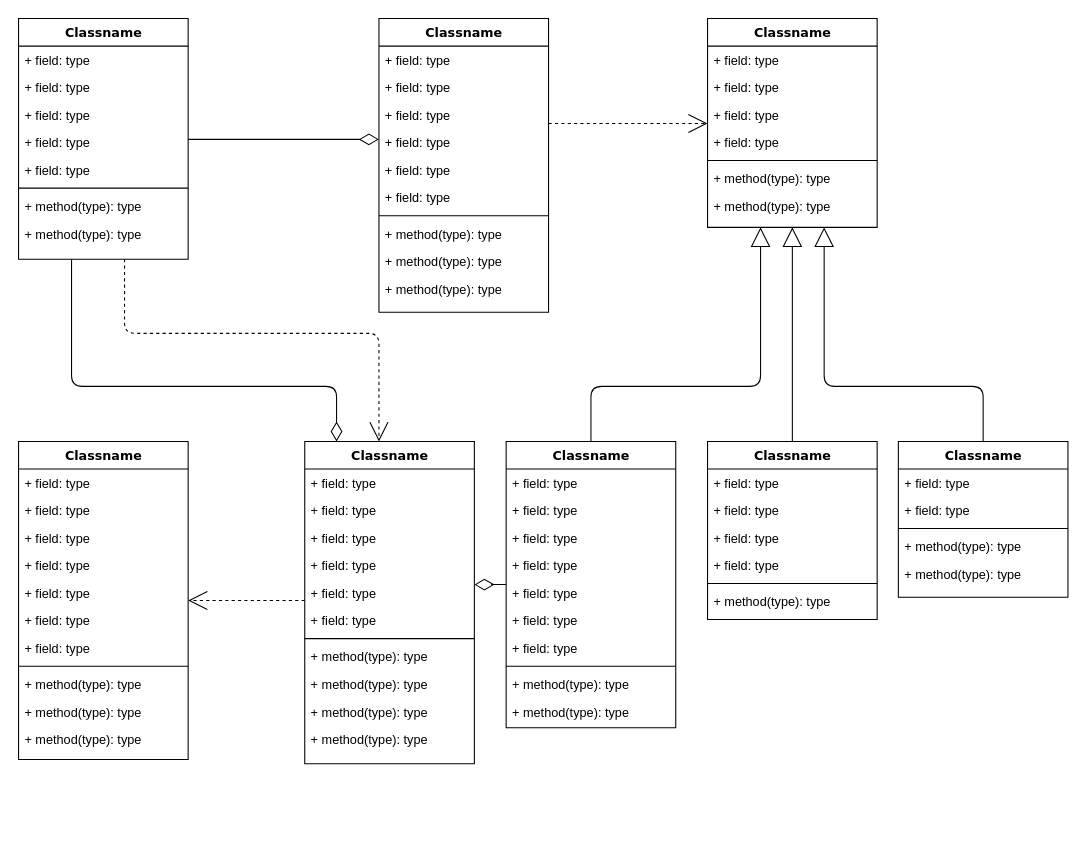
GGbu/cxema keeps this draw.io diagram as Диаграмма без названия.drawio. Above is the earlier version. Source tidied: cells renumbered, new cells numbered last; positions are measured from the earlier drawing's top-left corner, leaving out a move shared by most shapes. Both pictures are drawn from the tidied source at 106%, with x=0, y=0 at pixel (18, 18).
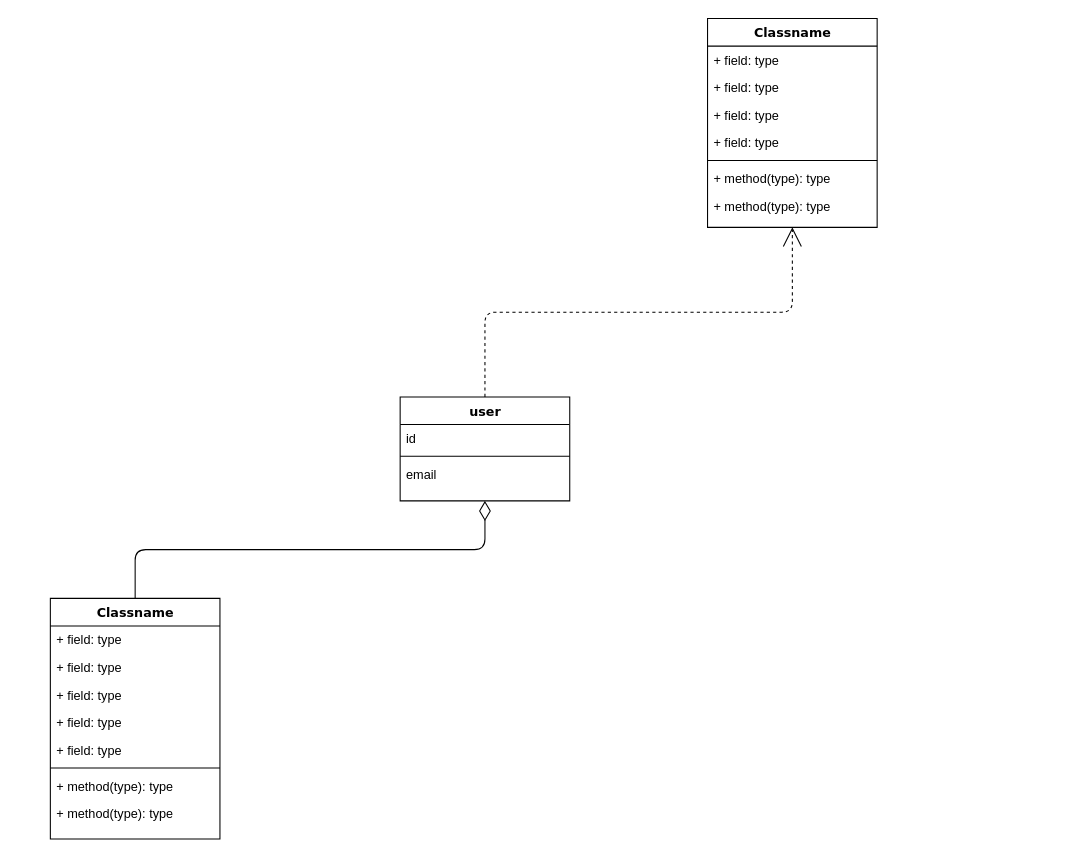
The same diagram, later.

Unchanged cells that the change refers to:
```xml
<mxCell id="25" value="Classname" style="swimlane;html=1;fontStyle=1;align=center;verticalAlign=top;horizontal=1;startSize=26;swimlaneFillColor=#ffffff;rounded=0;shadow=0;comic=0;labelBackgroundColor=none;strokeWidth=1;fillColor=none;fontFamily=Verdana;fontSize=12;" parent="1" vertex="1">
  <mxGeometry x="650" width="160" height="197" as="geometry" />
</mxCell>
```

Diff of the diagram source:
```diff
@@
-    <mxCell id="2" style="edgeStyle=orthogonalEdgeStyle;html=1;labelBackgroundColor=none;startFill=0;startSize=8;endArrow=open;endFill=0;endSize=16;fontFamily=Verdana;fontSize=12;dashed=1;" parent="1" edge="1" source="4" target="47">
-      <mxGeometry relative="1" as="geometry">
-        <Array as="points">
-          <mxPoint x="100" y="297" />
-          <mxPoint x="340" y="297" />
-        </Array>
-      </mxGeometry>
-    </mxCell>
-    <mxCell id="3" style="edgeStyle=orthogonalEdgeStyle;html=1;labelBackgroundColor=none;startFill=0;startSize=8;endArrow=diamondThin;endFill=0;endSize=16;fontFamily=Verdana;fontSize=12;" parent="1" edge="1" source="4" target="47">
-      <mxGeometry relative="1" as="geometry">
-        <Array as="points">
-          <mxPoint x="50" y="347" />
-          <mxPoint x="300" y="347" />
-        </Array>
-      </mxGeometry>
-    </mxCell>
     <mxCell id="4" value="Classname" style="swimlane;html=1;fontStyle=1;align=center;verticalAlign=top;horizontal=1;startSize=26;swimlaneFillColor=#ffffff;rounded=0;shadow=0;comic=0;labelBackgroundColor=none;strokeWidth=1;fillColor=none;fontFamily=Verdana;fontSize=12;" parent="1" vertex="1">
-      <mxGeometry width="160" height="227" as="geometry" />
+      <mxGeometry x="30" y="547" width="160" height="227" as="geometry" />
     </mxCell>
@@
-    <mxCell id="14" value="Classname" style="swimlane;html=1;fontStyle=1;align=center;verticalAlign=top;horizontal=1;startSize=26;swimlaneFillColor=#ffffff;rounded=0;shadow=0;comic=0;labelBackgroundColor=none;strokeWidth=1;fillColor=none;fontFamily=Verdana;fontSize=12;" parent="1" vertex="1">
-      <mxGeometry x="340" width="160" height="277" as="geometry" />
+    <mxCell id="14" value="user" style="swimlane;html=1;fontStyle=1;align=center;verticalAlign=top;horizontal=1;startSize=26;swimlaneFillColor=#ffffff;rounded=0;shadow=0;comic=0;labelBackgroundColor=none;strokeWidth=1;fillColor=none;fontFamily=Verdana;fontSize=12;" parent="1" vertex="1">
+      <mxGeometry x="360" y="357" width="160" height="98" as="geometry" />
     </mxCell>
-    <mxCell id="15" value="+ field: type" style="text;html=1;strokeColor=none;fillColor=none;align=left;verticalAlign=top;spacingLeft=4;spacingRight=4;whiteSpace=wrap;overflow=hidden;" parent="14" vertex="1">
+    <mxCell id="15" value="id" style="text;html=1;strokeColor=none;fillColor=none;align=left;verticalAlign=top;spacingLeft=4;spacingRight=4;whiteSpace=wrap;overflow=hidden;" parent="14" vertex="1">
       <mxGeometry y="26" width="160" height="26" as="geometry" />
     </mxCell>
+    <mxCell id="21" style="line;html=1;strokeWidth=1;fillColor=none;align=left;verticalAlign=middle;spacingTop=-1;spacingLeft=3;spacingRight=3;labelPosition=right;" parent="14" vertex="1">
+      <mxGeometry y="52" width="160" height="8" as="geometry" />
+    </mxCell>
-    <mxCell id="16" value="+ field: type" style="text;html=1;strokeColor=none;fillColor=none;align=left;verticalAlign=top;spacingLeft=4;spacingRight=4;whiteSpace=wrap;overflow=hidden;" parent="14" vertex="1">
-      <mxGeometry y="52" width="160" height="26" as="geometry" />
+    <mxCell id="16" value="email" style="text;html=1;strokeColor=none;fillColor=none;align=left;verticalAlign=top;spacingLeft=4;spacingRight=4;whiteSpace=wrap;overflow=hidden;" parent="14" vertex="1">
+      <mxGeometry y="60" width="160" height="38" as="geometry" />
     </mxCell>
-    <mxCell id="17" value="+ field: type" style="text;html=1;strokeColor=none;fillColor=none;align=left;verticalAlign=top;spacingLeft=4;spacingRight=4;whiteSpace=wrap;overflow=hidden;" parent="14" vertex="1">
-      <mxGeometry y="78" width="160" height="26" as="geometry" />
-    </mxCell>
-    <mxCell id="18" value="+ field: type" style="text;html=1;strokeColor=none;fillColor=none;align=left;verticalAlign=top;spacingLeft=4;spacingRight=4;whiteSpace=wrap;overflow=hidden;" parent="14" vertex="1">
-      <mxGeometry y="104" width="160" height="26" as="geometry" />
-    </mxCell>
-    <mxCell id="19" value="+ field: type" style="text;html=1;strokeColor=none;fillColor=none;align=left;verticalAlign=top;spacingLeft=4;spacingRight=4;whiteSpace=wrap;overflow=hidden;" parent="14" vertex="1">
-      <mxGeometry y="130" width="160" height="26" as="geometry" />
-    </mxCell>
-    <mxCell id="20" value="+ field: type" style="text;html=1;strokeColor=none;fillColor=none;align=left;verticalAlign=top;spacingLeft=4;spacingRight=4;whiteSpace=wrap;overflow=hidden;" parent="14" vertex="1">
-      <mxGeometry y="156" width="160" height="26" as="geometry" />
-    </mxCell>
-    <mxCell id="21" style="line;html=1;strokeWidth=1;fillColor=none;align=left;verticalAlign=middle;spacingTop=-1;spacingLeft=3;spacingRight=3;labelPosition=right;" parent="14" vertex="1">
-      <mxGeometry y="182" width="160" height="8" as="geometry" />
-    </mxCell>
-    <mxCell id="22" value="+ method(type): type" style="text;html=1;strokeColor=none;fillColor=none;align=left;verticalAlign=top;spacingLeft=4;spacingRight=4;whiteSpace=wrap;overflow=hidden;" parent="14" vertex="1">
-      <mxGeometry y="190" width="160" height="26" as="geometry" />
-    </mxCell>
-    <mxCell id="23" value="+ method(type): type" style="text;html=1;strokeColor=none;fillColor=none;align=left;verticalAlign=top;spacingLeft=4;spacingRight=4;whiteSpace=wrap;overflow=hidden;" parent="14" vertex="1">
-      <mxGeometry y="216" width="160" height="26" as="geometry" />
-    </mxCell>
-    <mxCell id="24" value="+ method(type): type" style="text;html=1;strokeColor=none;fillColor=none;align=left;verticalAlign=top;spacingLeft=4;spacingRight=4;whiteSpace=wrap;overflow=hidden;" parent="14" vertex="1">
-      <mxGeometry y="242" width="160" height="26" as="geometry" />
-    </mxCell>
@@
-    <mxCell id="33" style="edgeStyle=elbowEdgeStyle;html=1;labelBackgroundColor=none;startFill=0;startSize=8;endArrow=open;endFill=0;endSize=16;fontFamily=Verdana;fontSize=12;elbow=vertical;dashed=1;" parent="1" edge="1" source="47" target="34">
-      <mxGeometry relative="1" as="geometry" />
-    </mxCell>
-    <mxCell id="34" value="Classname" style="swimlane;html=1;fontStyle=1;align=center;verticalAlign=top;horizontal=1;startSize=26;swimlaneFillColor=#ffffff;rounded=0;shadow=0;comic=0;labelBackgroundColor=none;strokeWidth=1;fillColor=none;fontFamily=Verdana;fontSize=12;" parent="1" vertex="1">
-      <mxGeometry y="399" width="160" height="300" as="geometry" />
-    </mxCell>
-    <mxCell id="35" value="+ field: type" style="text;html=1;strokeColor=none;fillColor=none;align=left;verticalAlign=top;spacingLeft=4;spacingRight=4;whiteSpace=wrap;overflow=hidden;" parent="34" vertex="1">
-      <mxGeometry y="26" width="160" height="26" as="geometry" />
-    </mxCell>
-    <mxCell id="36" value="+ field: type" style="text;html=1;strokeColor=none;fillColor=none;align=left;verticalAlign=top;spacingLeft=4;spacingRight=4;whiteSpace=wrap;overflow=hidden;" parent="34" vertex="1">
-      <mxGeometry y="52" width="160" height="26" as="geometry" />
-    </mxCell>
-    <mxCell id="37" value="+ field: type" style="text;html=1;strokeColor=none;fillColor=none;align=left;verticalAlign=top;spacingLeft=4;spacingRight=4;whiteSpace=wrap;overflow=hidden;" parent="34" vertex="1">
-      <mxGeometry y="78" width="160" height="26" as="geometry" />
-    </mxCell>
-    <mxCell id="38" value="+ field: type" style="text;html=1;strokeColor=none;fillColor=none;align=left;verticalAlign=top;spacingLeft=4;spacingRight=4;whiteSpace=wrap;overflow=hidden;" parent="34" vertex="1">
-      <mxGeometry y="104" width="160" height="26" as="geometry" />
-    </mxCell>
-    <mxCell id="39" value="+ field: type" style="text;html=1;strokeColor=none;fillColor=none;align=left;verticalAlign=top;spacingLeft=4;spacingRight=4;whiteSpace=wrap;overflow=hidden;" parent="34" vertex="1">
-      <mxGeometry y="130" width="160" height="26" as="geometry" />
-    </mxCell>
-    <mxCell id="40" value="+ field: type" style="text;html=1;strokeColor=none;fillColor=none;align=left;verticalAlign=top;spacingLeft=4;spacingRight=4;whiteSpace=wrap;overflow=hidden;" parent="34" vertex="1">
-      <mxGeometry y="156" width="160" height="26" as="geometry" />
-    </mxCell>
-    <mxCell id="41" value="+ field: type" style="text;html=1;strokeColor=none;fillColor=none;align=left;verticalAlign=top;spacingLeft=4;spacingRight=4;whiteSpace=wrap;overflow=hidden;" parent="34" vertex="1">
-      <mxGeometry y="182" width="160" height="26" as="geometry" />
-    </mxCell>
-    <mxCell id="42" style="line;html=1;strokeWidth=1;fillColor=none;align=left;verticalAlign=middle;spacingTop=-1;spacingLeft=3;spacingRight=3;labelPosition=right;" parent="34" vertex="1">
-      <mxGeometry y="208" width="160" height="8" as="geometry" />
-    </mxCell>
-    <mxCell id="43" value="+ method(type): type" style="text;html=1;strokeColor=none;fillColor=none;align=left;verticalAlign=top;spacingLeft=4;spacingRight=4;whiteSpace=wrap;overflow=hidden;" parent="34" vertex="1">
-      <mxGeometry y="216" width="160" height="26" as="geometry" />
-    </mxCell>
-    <mxCell id="44" value="+ method(type): type" style="text;html=1;strokeColor=none;fillColor=none;align=left;verticalAlign=top;spacingLeft=4;spacingRight=4;whiteSpace=wrap;overflow=hidden;" parent="34" vertex="1">
-      <mxGeometry y="242" width="160" height="26" as="geometry" />
-    </mxCell>
-    <mxCell id="45" value="+ method(type): type" style="text;html=1;strokeColor=none;fillColor=none;align=left;verticalAlign=top;spacingLeft=4;spacingRight=4;whiteSpace=wrap;overflow=hidden;" parent="34" vertex="1">
-      <mxGeometry y="268" width="160" height="26" as="geometry" />
-    </mxCell>
-    <mxCell id="46" style="edgeStyle=elbowEdgeStyle;html=1;labelBackgroundColor=none;startFill=0;startSize=8;endArrow=diamondThin;endFill=0;endSize=16;fontFamily=Verdana;fontSize=12;elbow=vertical;" parent="1" edge="1" source="60" target="47">
-      <mxGeometry relative="1" as="geometry" />
-    </mxCell>
-    <mxCell id="47" value="Classname" style="swimlane;html=1;fontStyle=1;align=center;verticalAlign=top;horizontal=1;startSize=26;swimlaneFillColor=#ffffff;rounded=0;shadow=0;comic=0;labelBackgroundColor=none;strokeWidth=1;fillColor=none;fontFamily=Verdana;fontSize=12;" parent="1" vertex="1">
-      <mxGeometry x="270" y="399" width="160" height="304" as="geometry" />
-    </mxCell>
-    <mxCell id="48" value="+ field: type" style="text;html=1;strokeColor=none;fillColor=none;align=left;verticalAlign=top;spacingLeft=4;spacingRight=4;whiteSpace=wrap;overflow=hidden;" parent="47" vertex="1">
-      <mxGeometry y="26" width="160" height="26" as="geometry" />
-    </mxCell>
-    <mxCell id="49" value="+ field: type" style="text;html=1;strokeColor=none;fillColor=none;align=left;verticalAlign=top;spacingLeft=4;spacingRight=4;whiteSpace=wrap;overflow=hidden;" parent="47" vertex="1">
-      <mxGeometry y="52" width="160" height="26" as="geometry" />
-    </mxCell>
-    <mxCell id="50" value="+ field: type" style="text;html=1;strokeColor=none;fillColor=none;align=left;verticalAlign=top;spacingLeft=4;spacingRight=4;whiteSpace=wrap;overflow=hidden;" parent="47" vertex="1">
-      <mxGeometry y="78" width="160" height="26" as="geometry" />
-    </mxCell>
-    <mxCell id="51" value="+ field: type" style="text;html=1;strokeColor=none;fillColor=none;align=left;verticalAlign=top;spacingLeft=4;spacingRight=4;whiteSpace=wrap;overflow=hidden;" parent="47" vertex="1">
-      <mxGeometry y="104" width="160" height="26" as="geometry" />
-    </mxCell>
-    <mxCell id="52" value="+ field: type" style="text;html=1;strokeColor=none;fillColor=none;align=left;verticalAlign=top;spacingLeft=4;spacingRight=4;whiteSpace=wrap;overflow=hidden;" parent="47" vertex="1">
-      <mxGeometry y="130" width="160" height="26" as="geometry" />
-    </mxCell>
-    <mxCell id="53" value="+ field: type" style="text;html=1;strokeColor=none;fillColor=none;align=left;verticalAlign=top;spacingLeft=4;spacingRight=4;whiteSpace=wrap;overflow=hidden;" parent="47" vertex="1">
-      <mxGeometry y="156" width="160" height="26" as="geometry" />
-    </mxCell>
-    <mxCell id="54" style="line;html=1;strokeWidth=1;fillColor=none;align=left;verticalAlign=middle;spacingTop=-1;spacingLeft=3;spacingRight=3;labelPosition=right;" parent="47" vertex="1">
-      <mxGeometry y="182" width="160" height="8" as="geometry" />
-    </mxCell>
-    <mxCell id="55" value="+ method(type): type" style="text;html=1;strokeColor=none;fillColor=none;align=left;verticalAlign=top;spacingLeft=4;spacingRight=4;whiteSpace=wrap;overflow=hidden;" parent="47" vertex="1">
-      <mxGeometry y="190" width="160" height="26" as="geometry" />
-    </mxCell>
-    <mxCell id="56" value="+ method(type): type" style="text;html=1;strokeColor=none;fillColor=none;align=left;verticalAlign=top;spacingLeft=4;spacingRight=4;whiteSpace=wrap;overflow=hidden;" parent="47" vertex="1">
-      <mxGeometry y="216" width="160" height="26" as="geometry" />
-    </mxCell>
-    <mxCell id="57" value="+ method(type): type" style="text;html=1;strokeColor=none;fillColor=none;align=left;verticalAlign=top;spacingLeft=4;spacingRight=4;whiteSpace=wrap;overflow=hidden;" parent="47" vertex="1">
-      <mxGeometry y="242" width="160" height="26" as="geometry" />
-    </mxCell>
-    <mxCell id="58" value="+ method(type): type" style="text;html=1;strokeColor=none;fillColor=none;align=left;verticalAlign=top;spacingLeft=4;spacingRight=4;whiteSpace=wrap;overflow=hidden;" parent="47" vertex="1">
-      <mxGeometry y="268" width="160" height="26" as="geometry" />
-    </mxCell>
-    <mxCell id="59" style="edgeStyle=orthogonalEdgeStyle;html=1;labelBackgroundColor=none;startFill=0;startSize=8;endArrow=block;endFill=0;endSize=16;fontFamily=Verdana;fontSize=12;" parent="1" edge="1" source="60" target="25">
-      <mxGeometry relative="1" as="geometry">
-        <Array as="points">
-          <mxPoint x="540" y="347" />
-          <mxPoint x="700" y="347" />
-        </Array>
-      </mxGeometry>
-    </mxCell>
-    <mxCell id="60" value="Classname" style="swimlane;html=1;fontStyle=1;align=center;verticalAlign=top;horizontal=1;startSize=26;swimlaneFillColor=#ffffff;rounded=0;shadow=0;comic=0;labelBackgroundColor=none;strokeWidth=1;fillColor=none;fontFamily=Verdana;fontSize=12;" parent="1" vertex="1">
-      <mxGeometry x="460" y="399" width="160" height="270" as="geometry" />
-    </mxCell>
-    <mxCell id="61" value="+ field: type" style="text;html=1;strokeColor=none;fillColor=none;align=left;verticalAlign=top;spacingLeft=4;spacingRight=4;whiteSpace=wrap;overflow=hidden;" parent="60" vertex="1">
-      <mxGeometry y="26" width="160" height="26" as="geometry" />
-    </mxCell>
-    <mxCell id="62" value="+ field: type" style="text;html=1;strokeColor=none;fillColor=none;align=left;verticalAlign=top;spacingLeft=4;spacingRight=4;whiteSpace=wrap;overflow=hidden;" parent="60" vertex="1">
-      <mxGeometry y="52" width="160" height="26" as="geometry" />
-    </mxCell>
-    <mxCell id="63" value="+ field: type" style="text;html=1;strokeColor=none;fillColor=none;align=left;verticalAlign=top;spacingLeft=4;spacingRight=4;whiteSpace=wrap;overflow=hidden;" parent="60" vertex="1">
-      <mxGeometry y="78" width="160" height="26" as="geometry" />
-    </mxCell>
-    <mxCell id="64" value="+ field: type" style="text;html=1;strokeColor=none;fillColor=none;align=left;verticalAlign=top;spacingLeft=4;spacingRight=4;whiteSpace=wrap;overflow=hidden;" parent="60" vertex="1">
-      <mxGeometry y="104" width="160" height="26" as="geometry" />
-    </mxCell>
-    <mxCell id="65" value="+ field: type" style="text;html=1;strokeColor=none;fillColor=none;align=left;verticalAlign=top;spacingLeft=4;spacingRight=4;whiteSpace=wrap;overflow=hidden;" parent="60" vertex="1">
-      <mxGeometry y="130" width="160" height="26" as="geometry" />
-    </mxCell>
-    <mxCell id="66" value="+ field: type" style="text;html=1;strokeColor=none;fillColor=none;align=left;verticalAlign=top;spacingLeft=4;spacingRight=4;whiteSpace=wrap;overflow=hidden;" parent="60" vertex="1">
-      <mxGeometry y="156" width="160" height="26" as="geometry" />
-    </mxCell>
-    <mxCell id="67" value="+ field: type" style="text;html=1;strokeColor=none;fillColor=none;align=left;verticalAlign=top;spacingLeft=4;spacingRight=4;whiteSpace=wrap;overflow=hidden;" parent="60" vertex="1">
-      <mxGeometry y="182" width="160" height="26" as="geometry" />
-    </mxCell>
-    <mxCell id="68" style="line;html=1;strokeWidth=1;fillColor=none;align=left;verticalAlign=middle;spacingTop=-1;spacingLeft=3;spacingRight=3;labelPosition=right;" parent="60" vertex="1">
-      <mxGeometry y="208" width="160" height="8" as="geometry" />
-    </mxCell>
-    <mxCell id="69" value="+ method(type): type" style="text;html=1;strokeColor=none;fillColor=none;align=left;verticalAlign=top;spacingLeft=4;spacingRight=4;whiteSpace=wrap;overflow=hidden;" parent="60" vertex="1">
-      <mxGeometry y="216" width="160" height="26" as="geometry" />
-    </mxCell>
-    <mxCell id="70" value="+ method(type): type" style="text;html=1;strokeColor=none;fillColor=none;align=left;verticalAlign=top;spacingLeft=4;spacingRight=4;whiteSpace=wrap;overflow=hidden;" parent="60" vertex="1">
-      <mxGeometry y="242" width="160" height="26" as="geometry" />
-    </mxCell>
-    <mxCell id="71" style="edgeStyle=orthogonalEdgeStyle;html=1;labelBackgroundColor=none;startFill=0;startSize=8;endArrow=block;endFill=0;endSize=16;fontFamily=Verdana;fontSize=12;" parent="1" edge="1" source="72" target="25">
-      <mxGeometry relative="1" as="geometry" />
-    </mxCell>
-    <mxCell id="72" value="Classname" style="swimlane;html=1;fontStyle=1;align=center;verticalAlign=top;horizontal=1;startSize=26;swimlaneFillColor=#ffffff;rounded=0;shadow=0;comic=0;labelBackgroundColor=none;strokeWidth=1;fillColor=none;fontFamily=Verdana;fontSize=12;" parent="1" vertex="1">
-      <mxGeometry x="650" y="399" width="160" height="168" as="geometry" />
-    </mxCell>
-    <mxCell id="73" value="+ field: type" style="text;html=1;strokeColor=none;fillColor=none;align=left;verticalAlign=top;spacingLeft=4;spacingRight=4;whiteSpace=wrap;overflow=hidden;" parent="72" vertex="1">
-      <mxGeometry y="26" width="160" height="26" as="geometry" />
-    </mxCell>
-    <mxCell id="74" value="+ field: type" style="text;html=1;strokeColor=none;fillColor=none;align=left;verticalAlign=top;spacingLeft=4;spacingRight=4;whiteSpace=wrap;overflow=hidden;" parent="72" vertex="1">
-      <mxGeometry y="52" width="160" height="26" as="geometry" />
-    </mxCell>
-    <mxCell id="75" value="+ field: type" style="text;html=1;strokeColor=none;fillColor=none;align=left;verticalAlign=top;spacingLeft=4;spacingRight=4;whiteSpace=wrap;overflow=hidden;" parent="72" vertex="1">
-      <mxGeometry y="78" width="160" height="26" as="geometry" />
-    </mxCell>
-    <mxCell id="76" value="+ field: type" style="text;html=1;strokeColor=none;fillColor=none;align=left;verticalAlign=top;spacingLeft=4;spacingRight=4;whiteSpace=wrap;overflow=hidden;" parent="72" vertex="1">
-      <mxGeometry y="104" width="160" height="26" as="geometry" />
-    </mxCell>
-    <mxCell id="77" style="line;html=1;strokeWidth=1;fillColor=none;align=left;verticalAlign=middle;spacingTop=-1;spacingLeft=3;spacingRight=3;labelPosition=right;" parent="72" vertex="1">
-      <mxGeometry y="130" width="160" height="8" as="geometry" />
-    </mxCell>
-    <mxCell id="78" value="+ method(type): type" style="text;html=1;strokeColor=none;fillColor=none;align=left;verticalAlign=top;spacingLeft=4;spacingRight=4;whiteSpace=wrap;overflow=hidden;" parent="72" vertex="1">
-      <mxGeometry y="138" width="160" height="26" as="geometry" />
-    </mxCell>
-    <mxCell id="79" style="edgeStyle=orthogonalEdgeStyle;html=1;labelBackgroundColor=none;startFill=0;startSize=8;endArrow=block;endFill=0;endSize=16;fontFamily=Verdana;fontSize=12;" parent="1" edge="1" source="80" target="25">
-      <mxGeometry relative="1" as="geometry">
-        <Array as="points">
-          <mxPoint x="910" y="347" />
-          <mxPoint x="760" y="347" />
-        </Array>
-      </mxGeometry>
-    </mxCell>
-    <mxCell id="80" value="Classname" style="swimlane;html=1;fontStyle=1;align=center;verticalAlign=top;horizontal=1;startSize=26;swimlaneFillColor=#ffffff;rounded=0;shadow=0;comic=0;labelBackgroundColor=none;strokeWidth=1;fillColor=none;fontFamily=Verdana;fontSize=12;" parent="1" vertex="1">
-      <mxGeometry x="830" y="399" width="160" height="147" as="geometry" />
-    </mxCell>
-    <mxCell id="81" value="+ field: type" style="text;html=1;strokeColor=none;fillColor=none;align=left;verticalAlign=top;spacingLeft=4;spacingRight=4;whiteSpace=wrap;overflow=hidden;" parent="80" vertex="1">
-      <mxGeometry y="26" width="160" height="26" as="geometry" />
-    </mxCell>
-    <mxCell id="82" value="+ field: type" style="text;html=1;strokeColor=none;fillColor=none;align=left;verticalAlign=top;spacingLeft=4;spacingRight=4;whiteSpace=wrap;overflow=hidden;" parent="80" vertex="1">
-      <mxGeometry y="52" width="160" height="26" as="geometry" />
-    </mxCell>
-    <mxCell id="83" style="line;html=1;strokeWidth=1;fillColor=none;align=left;verticalAlign=middle;spacingTop=-1;spacingLeft=3;spacingRight=3;labelPosition=right;" parent="80" vertex="1">
-      <mxGeometry y="78" width="160" height="8" as="geometry" />
-    </mxCell>
-    <mxCell id="84" value="+ method(type): type" style="text;html=1;strokeColor=none;fillColor=none;align=left;verticalAlign=top;spacingLeft=4;spacingRight=4;whiteSpace=wrap;overflow=hidden;" parent="80" vertex="1">
-      <mxGeometry y="86" width="160" height="26" as="geometry" />
-    </mxCell>
-    <mxCell id="85" value="+ method(type): type" style="text;html=1;strokeColor=none;fillColor=none;align=left;verticalAlign=top;spacingLeft=4;spacingRight=4;whiteSpace=wrap;overflow=hidden;" parent="80" vertex="1">
-      <mxGeometry y="112" width="160" height="26" as="geometry" />
-    </mxCell>
```
